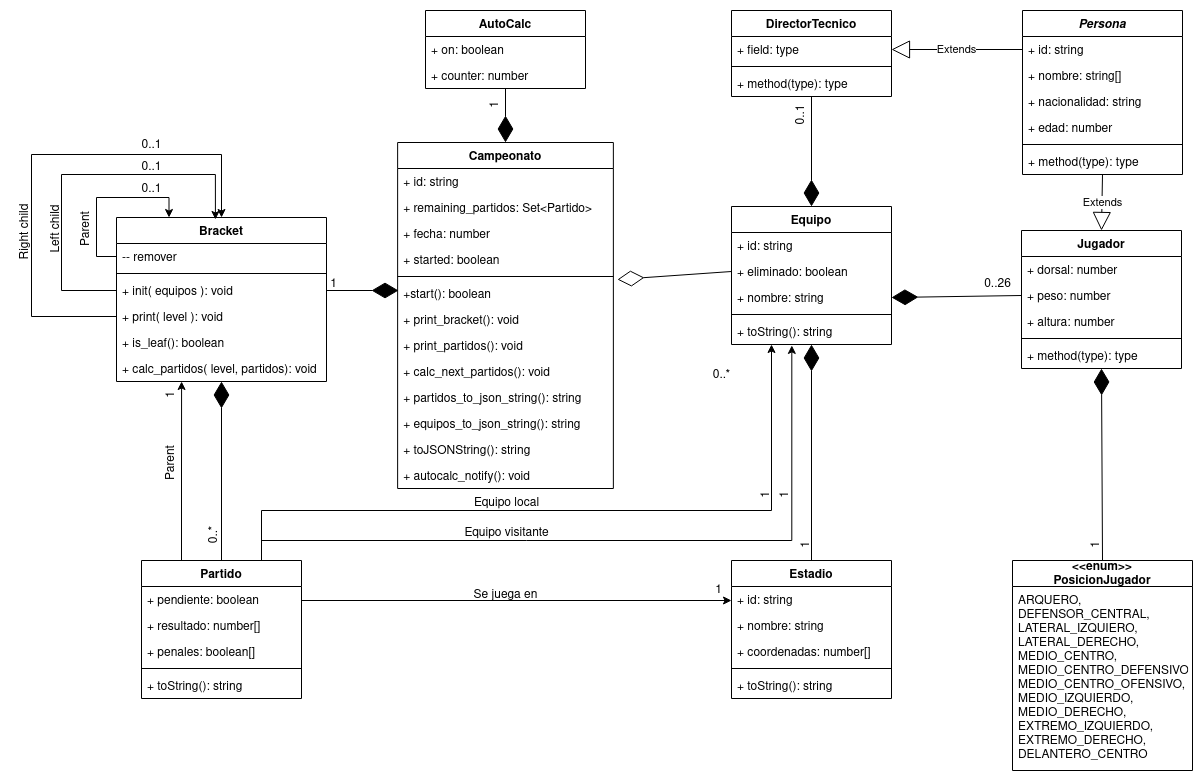
Earlier version of the draw.io export doc/Diagrama de Clases.drawio.png (joaquinmaier/campeonato-api). Source tidied: cells renumbered, new cells last; positions are measured from the earlier drawing's top-left corner, leaving out a move shared by most shapes.
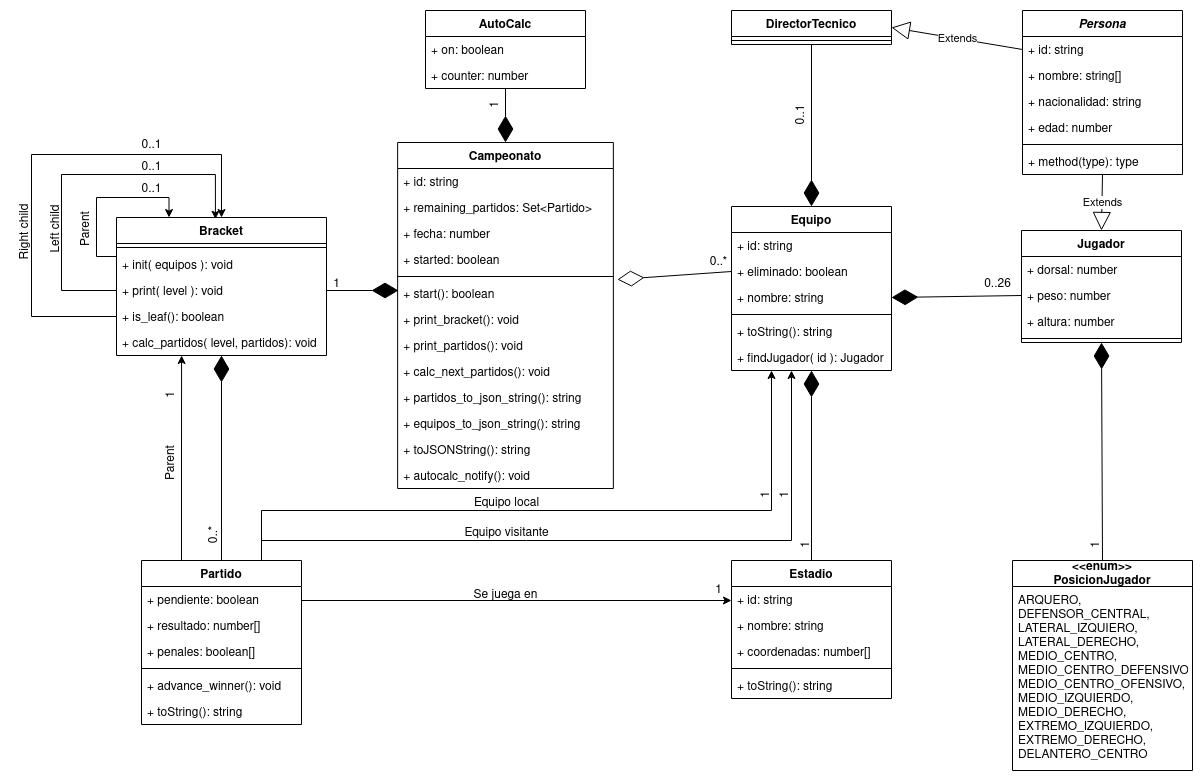
The same diagram one commit later.

The edit, as a diff of the source:
```diff
@@ -20,7 +20,7 @@
     <mxCell id="7" style="line;strokeWidth=1;fillColor=none;align=left;verticalAlign=middle;spacingTop=-1;spacingLeft=3;spacingRight=3;labelPosition=right;strokeColor=inherit;" parent="2" vertex="1">
       <mxGeometry y="130" width="215.7" height="8" as="geometry" />
     </mxCell>
-    <mxCell id="8" value="+start(): boolean" style="text;strokeColor=none;fillColor=none;align=left;verticalAlign=top;spacingLeft=4;spacingRight=4;overflow=hidden;points=[[0,0.5],[1,0.5]];portConstraint=eastwest;" parent="2" vertex="1">
+    <mxCell id="8" value="+ start(): boolean" style="text;strokeColor=none;fillColor=none;align=left;verticalAlign=top;spacingLeft=4;spacingRight=4;overflow=hidden;points=[[0,0.5],[1,0.5]];portConstraint=eastwest;" parent="2" vertex="1">
       <mxGeometry y="138" width="215.7" height="26" as="geometry" />
     </mxCell>
     <mxCell id="9" value="+ print_bracket(): void" style="text;strokeColor=none;fillColor=none;align=left;verticalAlign=top;spacingLeft=4;spacingRight=4;overflow=hidden;" parent="2" vertex="1">
@@ -45,7 +45,7 @@
       <mxGeometry y="320" width="215.7" height="26" as="geometry" />
     </mxCell>
     <mxCell id="16" value="Equipo" style="swimlane;fontStyle=1;align=center;verticalAlign=top;horizontal=1;startSize=26;" parent="1" vertex="1">
-      <mxGeometry x="746" y="196" width="160" height="138" as="geometry" />
+      <mxGeometry x="746" y="196" width="160" height="164" as="geometry" />
     </mxCell>
     <mxCell id="17" value="+ id: string" style="text;strokeColor=none;fillColor=none;align=left;verticalAlign=top;spacingLeft=4;spacingRight=4;overflow=hidden;" parent="16" vertex="1">
       <mxGeometry y="26" width="160" height="26" as="geometry" />
@@ -62,14 +62,17 @@
     <mxCell id="21" value="+ toString(): string" style="text;strokeColor=none;fillColor=none;align=left;verticalAlign=top;spacingLeft=4;spacingRight=4;overflow=hidden;points=[[0,0.5],[1,0.5]];portConstraint=eastwest;" parent="16" vertex="1">
       <mxGeometry y="112" width="160" height="26" as="geometry" />
     </mxCell>
+    <mxCell id="102" value="+ findJugador( id ): Jugador" style="text;strokeColor=none;fillColor=none;align=left;verticalAlign=top;spacingLeft=4;spacingRight=4;overflow=hidden;" parent="16" vertex="1">
+      <mxGeometry y="138" width="160" height="26" as="geometry" />
+    </mxCell>
     <mxCell id="22" style="endArrow=diamondThin;endFill=0;endSize=24;html=1;rounded=0;exitX=0;exitY=0.5;exitDx=0;exitDy=0;entryX=1.019;entryY=-0.038;entryDx=0;entryDy=0;entryPerimeter=0;" parent="1" edge="1" source="18" target="8">
       <mxGeometry relative="1" as="geometry" />
     </mxCell>
     <mxCell id="23" value="0..*" style="text;html=1;align=center;verticalAlign=middle;strokeColor=none;fillColor=none;" parent="1" vertex="1">
-      <mxGeometry x="716" y="350" width="40" height="30" as="geometry" />
+      <mxGeometry x="713" y="237" width="40" height="30" as="geometry" />
     </mxCell>
     <mxCell id="24" value="Jugador" style="swimlane;fontStyle=1;align=center;verticalAlign=top;horizontal=1;startSize=26;" parent="1" vertex="1">
-      <mxGeometry x="1036" y="220" width="160" height="138" as="geometry" />
+      <mxGeometry x="1036" y="220" width="160" height="112" as="geometry" />
     </mxCell>
     <mxCell id="25" value="+ dorsal: number" style="text;strokeColor=none;fillColor=none;align=left;verticalAlign=top;spacingLeft=4;spacingRight=4;overflow=hidden;" parent="24" vertex="1">
       <mxGeometry y="26" width="160" height="26" as="geometry" />
@@ -83,9 +86,6 @@
     <mxCell id="28" style="line;strokeWidth=1;fillColor=none;align=left;verticalAlign=middle;spacingTop=-1;spacingLeft=3;spacingRight=3;labelPosition=right;strokeColor=inherit;" parent="24" vertex="1">
       <mxGeometry y="104" width="160" height="8" as="geometry" />
     </mxCell>
-    <mxCell id="29" value="+ method(type): type" style="text;strokeColor=none;fillColor=none;align=left;verticalAlign=top;spacingLeft=4;spacingRight=4;overflow=hidden;" parent="24" vertex="1">
-      <mxGeometry y="112" width="160" height="26" as="geometry" />
-    </mxCell>
     <mxCell id="30" style="endArrow=diamondThin;endFill=1;endSize=24;html=1;rounded=0;exitX=0;exitY=0.5;exitDx=0;exitDy=0;entryX=1;entryY=0.5;entryDx=0;entryDy=0;" parent="1" edge="1" source="26" target="19">
       <mxGeometry relative="1" as="geometry" />
     </mxCell>
@@ -126,18 +126,12 @@
       <mxGeometry relative="1" as="geometry" />
     </mxCell>
     <mxCell id="43" value="DirectorTecnico" style="swimlane;fontStyle=1;align=center;verticalAlign=top;horizontal=1;startSize=26;" parent="1" vertex="1">
-      <mxGeometry x="746" width="160" height="86" as="geometry" />
+      <mxGeometry x="746" width="160" height="34" as="geometry" />
     </mxCell>
-    <mxCell id="44" value="+ field: type" style="text;strokeColor=none;fillColor=none;align=left;verticalAlign=top;spacingLeft=4;spacingRight=4;overflow=hidden;points=[[0,0.5],[1,0.5]];portConstraint=eastwest;" parent="43" vertex="1">
-      <mxGeometry y="26" width="160" height="26" as="geometry" />
-    </mxCell>
     <mxCell id="45" style="line;strokeWidth=1;fillColor=none;align=left;verticalAlign=middle;spacingTop=-1;spacingLeft=3;spacingRight=3;labelPosition=right;strokeColor=inherit;" parent="43" vertex="1">
-      <mxGeometry y="52" width="160" height="8" as="geometry" />
+      <mxGeometry y="26" width="160" height="8" as="geometry" />
     </mxCell>
-    <mxCell id="46" value="+ method(type): type" style="text;strokeColor=none;fillColor=none;align=left;verticalAlign=top;spacingLeft=4;spacingRight=4;overflow=hidden;" parent="43" vertex="1">
-      <mxGeometry y="60" width="160" height="26" as="geometry" />
-    </mxCell>
-    <mxCell id="47" value="Extends" style="endArrow=block;endSize=16;endFill=0;html=1;rounded=0;exitX=0;exitY=0.5;exitDx=0;exitDy=0;entryX=1;entryY=0.5;entryDx=0;entryDy=0;" parent="1" edge="1" source="36" target="44">
+    <mxCell id="47" value="Extends" style="endArrow=block;endSize=16;endFill=0;html=1;rounded=0;exitX=0;exitY=0.5;exitDx=0;exitDy=0;entryX=1;entryY=0.5;entryDx=0;entryDy=0;" parent="1" edge="1" source="36" target="43">
       <mxGeometry relative="1" as="geometry" />
     </mxCell>
     <mxCell id="48" style="endArrow=diamondThin;endFill=1;endSize=24;html=1;rounded=0;exitX=0.5;exitY=1;exitDx=0;exitDy=0;entryX=0.5;entryY=0;entryDx=0;entryDy=0;" parent="1" edge="1" source="43" target="16">
@@ -147,10 +141,11 @@
       <mxGeometry x="796" y="90" width="40" height="30" as="geometry" />
     </mxCell>
     <mxCell id="50" value="Bracket" style="swimlane;fontStyle=1;align=center;verticalAlign=top;horizontal=1;startSize=26;" parent="1" vertex="1">
-      <mxGeometry x="131" y="207" width="210" height="164" as="geometry" />
+      <mxGeometry x="131" y="207" width="210" height="138" as="geometry" />
     </mxCell>
-    <mxCell id="51" style="edgeStyle=orthogonalEdgeStyle;rounded=0;jettySize=auto;html=1;exitX=0;exitY=0.5;exitDx=0;exitDy=0;entryX=0.25;entryY=0;entryDx=0;entryDy=0;" parent="50" edge="1" source="52" target="50">
+    <mxCell id="51" style="edgeStyle=orthogonalEdgeStyle;rounded=0;jettySize=auto;html=1;exitX=0;exitY=0.5;exitDx=0;exitDy=0;entryX=0.25;entryY=0;entryDx=0;entryDy=0;" parent="50" edge="1" target="50">
       <mxGeometry relative="1" as="geometry">
+        <mxPoint y="39" as="sourcePoint" />
         <Array as="points">
           <mxPoint x="-20" y="39" />
           <mxPoint x="-20" y="-20" />
@@ -158,11 +153,8 @@
         </Array>
       </mxGeometry>
     </mxCell>
-    <mxCell id="52" value="-- remover" style="text;strokeColor=none;fillColor=none;align=left;verticalAlign=top;spacingLeft=4;spacingRight=4;overflow=hidden;points=[[0,0.5],[1,0.5]];portConstraint=eastwest;" parent="50" vertex="1">
-      <mxGeometry y="26" width="210" height="26" as="geometry" />
-    </mxCell>
     <mxCell id="53" style="line;strokeWidth=1;fillColor=none;align=left;verticalAlign=middle;spacingTop=-1;spacingLeft=3;spacingRight=3;labelPosition=right;strokeColor=inherit;" parent="50" vertex="1">
-      <mxGeometry y="52" width="210" height="8" as="geometry" />
+      <mxGeometry y="26" width="210" height="8" as="geometry" />
     </mxCell>
     <mxCell id="54" style="edgeStyle=orthogonalEdgeStyle;rounded=0;jettySize=auto;html=1;exitX=0;exitY=0.5;exitDx=0;exitDy=0;entryX=0.471;entryY=0.012;entryDx=0;entryDy=0;entryPerimeter=0;" parent="50" edge="1" source="55" target="50">
       <mxGeometry relative="1" as="geometry">
@@ -174,7 +166,7 @@
       </mxGeometry>
     </mxCell>
     <mxCell id="55" value="+ init( equipos ): void" style="text;strokeColor=none;fillColor=none;align=left;verticalAlign=top;spacingLeft=4;spacingRight=4;overflow=hidden;points=[[0,0.5],[1,0.5]];portConstraint=eastwest;" parent="50" vertex="1">
-      <mxGeometry y="60" width="210" height="26" as="geometry" />
+      <mxGeometry y="34" width="210" height="26" as="geometry" />
     </mxCell>
     <mxCell id="56" style="edgeStyle=orthogonalEdgeStyle;rounded=0;jettySize=auto;html=1;exitX=0;exitY=0.5;exitDx=0;exitDy=0;entryX=0.5;entryY=0;entryDx=0;entryDy=0;" parent="50" edge="1" source="57" target="50">
       <mxGeometry relative="1" as="geometry">
@@ -186,13 +178,13 @@
       </mxGeometry>
     </mxCell>
     <mxCell id="57" value="+ print( level ): void" style="text;strokeColor=none;fillColor=none;align=left;verticalAlign=top;spacingLeft=4;spacingRight=4;overflow=hidden;points=[[0,0.5],[1,0.5]];portConstraint=eastwest;" parent="50" vertex="1">
-      <mxGeometry y="86" width="210" height="26" as="geometry" />
+      <mxGeometry y="60" width="210" height="26" as="geometry" />
     </mxCell>
     <mxCell id="58" value="+ is_leaf(): boolean" style="text;strokeColor=none;fillColor=none;align=left;verticalAlign=top;spacingLeft=4;spacingRight=4;overflow=hidden;" parent="50" vertex="1">
-      <mxGeometry y="112" width="210" height="26" as="geometry" />
+      <mxGeometry y="86" width="210" height="26" as="geometry" />
     </mxCell>
     <mxCell id="59" value="+ calc_partidos( level, partidos): void" style="text;strokeColor=none;fillColor=none;align=left;verticalAlign=top;spacingLeft=4;spacingRight=4;overflow=hidden;points=[[0,0.5],[1,0.5]];portConstraint=eastwest;" parent="50" vertex="1">
-      <mxGeometry y="138" width="210" height="26" as="geometry" />
+      <mxGeometry y="112" width="210" height="26" as="geometry" />
     </mxCell>
     <mxCell id="60" value="Estadio" style="swimlane;fontStyle=1;align=center;verticalAlign=top;horizontal=1;startSize=26;" parent="1" vertex="1">
       <mxGeometry x="746" y="550" width="160" height="138" as="geometry" />
@@ -226,8 +218,9 @@
         </Array>
       </mxGeometry>
     </mxCell>
-    <mxCell id="69" style="edgeStyle=orthogonalEdgeStyle;rounded=0;jettySize=auto;html=1;exitX=0.75;exitY=0;exitDx=0;exitDy=0;entryX=0.377;entryY=1.036;entryDx=0;entryDy=0;entryPerimeter=0;" parent="1" edge="1" source="71" target="21">
+    <mxCell id="69" style="edgeStyle=orthogonalEdgeStyle;rounded=0;jettySize=auto;html=1;exitX=0.75;exitY=0;exitDx=0;exitDy=0;" parent="1" edge="1" source="71">
       <mxGeometry relative="1" as="geometry">
+        <mxPoint x="806" y="360" as="targetPoint" />
         <Array as="points">
           <mxPoint x="276" y="530" />
           <mxPoint x="806" y="530" />
@@ -238,7 +231,7 @@
       <mxGeometry relative="1" as="geometry" />
     </mxCell>
     <mxCell id="71" value="Partido" style="swimlane;fontStyle=1;align=center;verticalAlign=top;horizontal=1;startSize=26;" parent="1" vertex="1">
-      <mxGeometry x="156" y="550" width="160" height="138" as="geometry" />
+      <mxGeometry x="156" y="550" width="160" height="164" as="geometry" />
     </mxCell>
     <mxCell id="72" value="+ pendiente: boolean" style="text;strokeColor=none;fillColor=none;align=left;verticalAlign=top;spacingLeft=4;spacingRight=4;overflow=hidden;" parent="71" vertex="1">
       <mxGeometry y="26" width="160" height="26" as="geometry" />
@@ -252,9 +245,12 @@
     <mxCell id="75" style="line;strokeWidth=1;fillColor=none;align=left;verticalAlign=middle;spacingTop=-1;spacingLeft=3;spacingRight=3;labelPosition=right;strokeColor=inherit;" parent="71" vertex="1">
       <mxGeometry y="104" width="160" height="8" as="geometry" />
     </mxCell>
-    <mxCell id="76" value="+ toString(): string" style="text;strokeColor=none;fillColor=none;align=left;verticalAlign=top;spacingLeft=4;spacingRight=4;overflow=hidden;" parent="71" vertex="1">
+    <mxCell id="76" value="+ advance_winner(): void" style="text;strokeColor=none;fillColor=none;align=left;verticalAlign=top;spacingLeft=4;spacingRight=4;overflow=hidden;" parent="71" vertex="1">
       <mxGeometry y="112" width="160" height="26" as="geometry" />
     </mxCell>
+    <mxCell id="103" value="+ toString(): string" style="text;strokeColor=none;fillColor=none;align=left;verticalAlign=top;spacingLeft=4;spacingRight=4;overflow=hidden;" parent="71" vertex="1">
+      <mxGeometry y="138" width="160" height="26" as="geometry" />
+    </mxCell>
     <mxCell id="77" value="Equipo local" style="text;html=1;align=center;verticalAlign=middle;strokeColor=none;fillColor=none;" parent="1" vertex="1">
       <mxGeometry x="476" y="478" width="90" height="30" as="geometry" />
     </mxCell>
@@ -277,9 +273,9 @@
       <mxGeometry x="1096" y="520" width="30" height="30" as="geometry" />
     </mxCell>
     <mxCell id="84" value="1" style="text;html=1;align=center;verticalAlign=middle;strokeColor=none;fillColor=none;" parent="1" vertex="1">
-      <mxGeometry x="333" y="259" width="30" height="30" as="geometry" />
+      <mxGeometry x="336" y="259" width="30" height="30" as="geometry" />
     </mxCell>
-    <mxCell id="85" style="endArrow=diamondThin;endFill=1;endSize=24;html=1;rounded=0;exitX=1;exitY=0.5;exitDx=0;exitDy=0;" parent="1" edge="1" source="55">
+    <mxCell id="85" style="endArrow=diamondThin;endFill=1;endSize=24;html=1;rounded=0;exitX=1;exitY=0.5;exitDx=0;exitDy=0;" parent="1" edge="1" source="57">
       <mxGeometry relative="1" as="geometry">
         <mxPoint x="413" y="280" as="targetPoint" />
       </mxGeometry>
```
